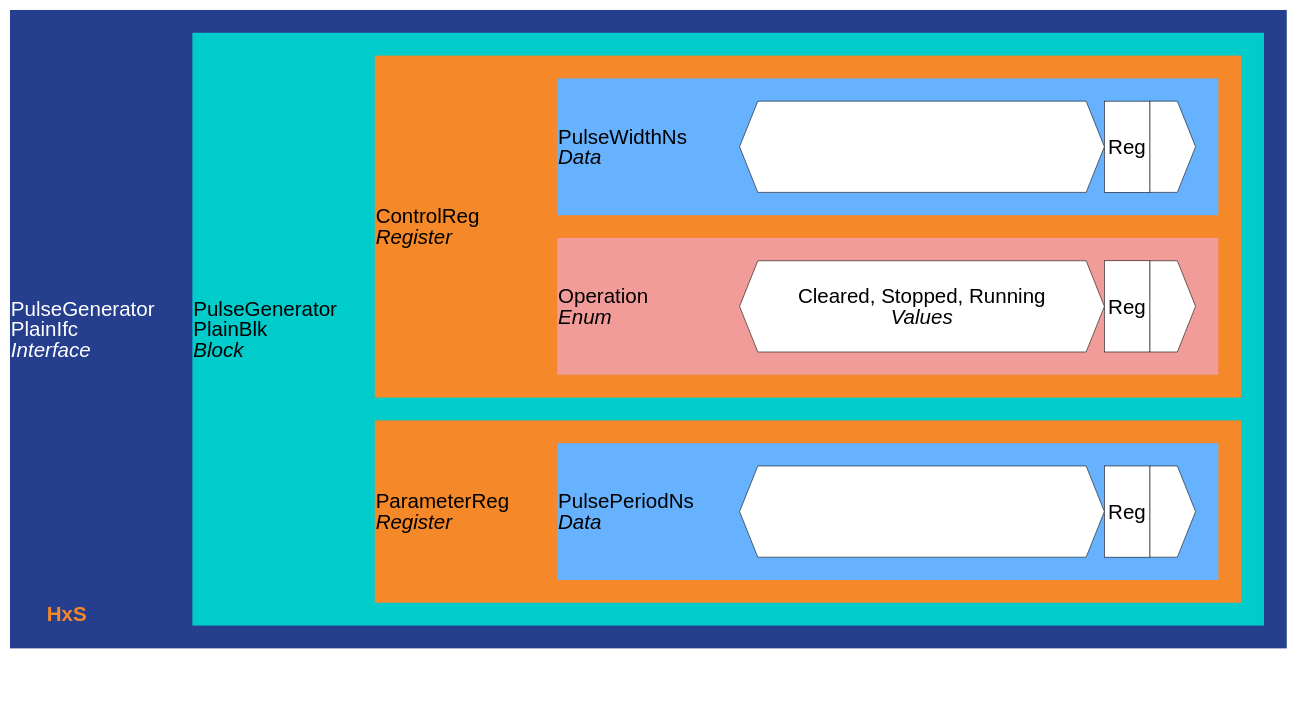
eccelerators/tutorial-hxs-bitfield-register-pulse-generator-plain keeps this draw.io diagram as page "Complete" (1 of 3) of src-gen/rst/eccelerators.tutorial.PulseGeneratorPlainIfc.drawio. Above is the earlier version. Source tidied: cells renumbered, new cells numbered last; positions are measured from the earlier drawing's top-left corner, leaving out a move shared by most shapes. Both pictures are drawn from the tidied source at 57%, with x=0, y=0 at pixel (10, 10).
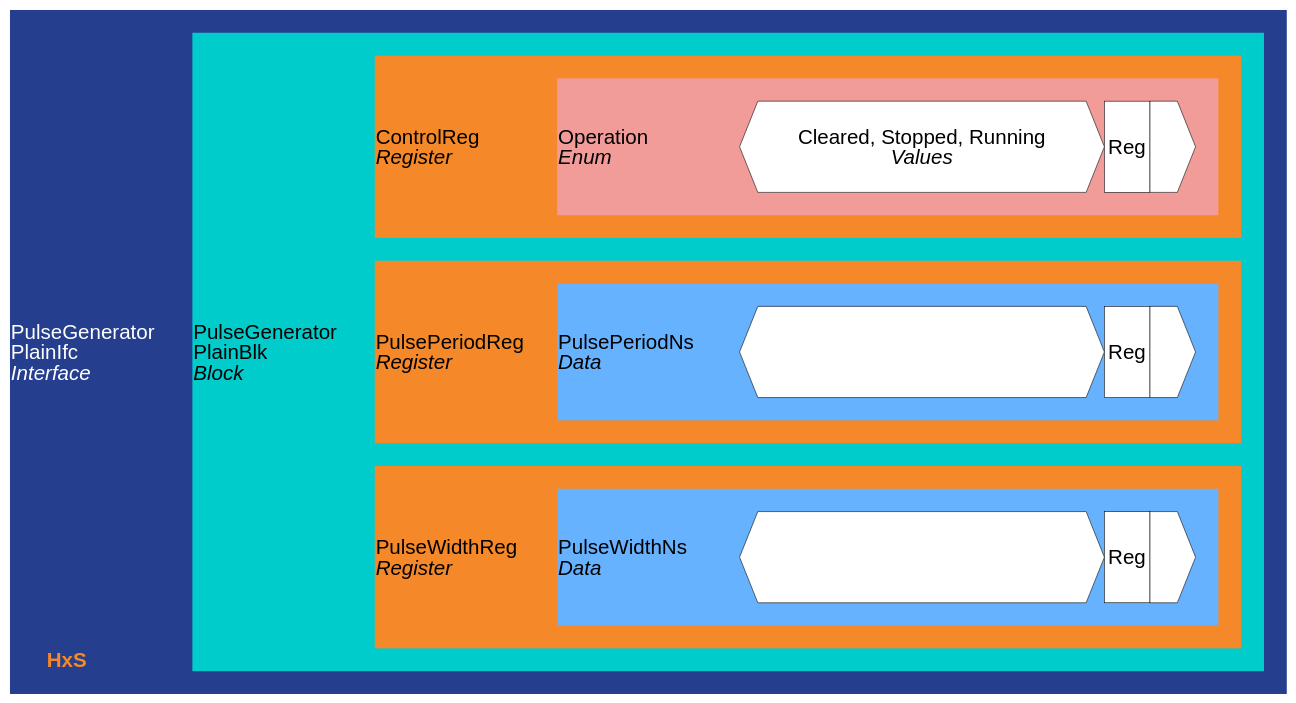
The same page after the edit.

The edit, as a diff of the source:
```diff
@@
-    <mxCell id="2" parent="0" />
+    <mxCell id="20" parent="0" />
-    <mxCell id="3" value="&lt;p style=&quot;line-height: 100%;&quot;&gt;PulseGenerator&lt;br&gt;PlainIfc&lt;br&gt;&lt;i&gt;Interface&lt;/i&gt;&lt;/p&gt;" style="rounded=0;whiteSpace=wrap;html=1;fillColor=#253F8E;fontSize=36.000000;fontColor=#FFFFFF;align=left;strokeColor=none;" parent="2" vertex="1">
-      <mxGeometry width="2240" height="1120" as="geometry" />
+    <mxCell id="3" value="&lt;p style=&quot;line-height: 100%;&quot;&gt;PulseGenerator&lt;br&gt;PlainIfc&lt;br&gt;&lt;i&gt;Interface&lt;/i&gt;&lt;/p&gt;" style="rounded=0;whiteSpace=wrap;html=1;fillColor=#253F8E;fontSize=36.000000;fontColor=#FFFFFF;align=left;strokeColor=none;" parent="20" vertex="1">
+      <mxGeometry width="2240" height="1200" as="geometry" />
     </mxCell>
-    <mxCell id="4" value="&lt;p style=&quot;line-height: 100%;&quot;&gt;PulseGenerator&lt;br&gt;PlainBlk&lt;br&gt;&lt;i&gt;Block&lt;/i&gt;&lt;/p&gt;" style="rounded=0;whiteSpace=wrap;html=1;fillColor=#00CCCC;fontSize=36.000000;fontColor=#000000;align=left;strokeColor=none;" parent="2" vertex="1">
-      <mxGeometry x="320" y="40" width="1880" height="1040" as="geometry" />
+    <mxCell id="4" value="&lt;p style=&quot;line-height: 100%;&quot;&gt;PulseGenerator&lt;br&gt;PlainBlk&lt;br&gt;&lt;i&gt;Block&lt;/i&gt;&lt;/p&gt;" style="rounded=0;whiteSpace=wrap;html=1;fillColor=#00CCCC;fontSize=36.000000;fontColor=#000000;align=left;strokeColor=none;" parent="20" vertex="1">
+      <mxGeometry x="320" y="40" width="1880" height="1120" as="geometry" />
     </mxCell>
-    <mxCell id="5" value="&lt;p style=&quot;line-height: 100%;&quot;&gt;ControlReg&lt;br&gt;&lt;i&gt;Register&lt;/i&gt;&lt;/p&gt;" style="rounded=0;whiteSpace=wrap;html=1;fillColor=#F58828;fontSize=36.000000;fontColor=#000000;align=left;strokeColor=none;" parent="2" vertex="1">
-      <mxGeometry x="640" y="80" width="1520" height="600" as="geometry" />
+    <mxCell id="5" value="&lt;p style=&quot;line-height: 100%;&quot;&gt;ControlReg&lt;br&gt;&lt;i&gt;Register&lt;/i&gt;&lt;/p&gt;" style="rounded=0;whiteSpace=wrap;html=1;fillColor=#F58828;fontSize=36.000000;fontColor=#000000;align=left;strokeColor=none;" parent="20" vertex="1">
+      <mxGeometry x="640" y="80" width="1520" height="320" as="geometry" />
     </mxCell>
-    <mxCell id="6" value="&lt;p style=&quot;line-height: 100%;&quot;&gt;PulseWidthNs&lt;br&gt;&lt;i&gt;Data&lt;/i&gt;&lt;/p&gt;" style="rounded=0;whiteSpace=wrap;html=1;fillColor=#66B2FF;fontSize=36.000000;fontColor=#000000;align=left;strokeColor=none;" parent="2" vertex="1">
-      <mxGeometry x="960" y="120" width="1160" height="240" as="geometry" />
-    </mxCell>
-    <mxCell id="7" value="&lt;p style=&quot;line-height: 100%;&quot;&gt;&lt;/p&gt;" style="fillColor=#FFFFFF;arrowSize=0.050000;shape=doubleArrow;rounded=0;whiteSpace=wrap;html=1;fontSize=36.000000;arrowWidth=1;" parent="2" vertex="1">
-      <mxGeometry x="1280" y="160" width="640" height="160" as="geometry" />
-    </mxCell>
+    <mxCell id="10" value="&lt;p style=&quot;line-height: 100%;&quot;&gt;Operation&lt;br&gt;&lt;i&gt;Enum&lt;/i&gt;&lt;/p&gt;" style="rounded=0;whiteSpace=wrap;html=1;fillColor=#F19C99;fontSize=36.000000;fontColor=#000000;align=left;strokeColor=none;" parent="20" vertex="1">
+      <mxGeometry x="960" y="120" width="1160" height="240" as="geometry" />
+    </mxCell>
+    <mxCell id="11" value="&lt;p style=&quot;line-height: 100%;&quot;&gt;Cleared, Stopped, Running&lt;br&gt;&lt;i&gt;Values&lt;/i&gt;&lt;/p&gt;" style="fillColor=#FFFFFF;arrowSize=0.050000;shape=doubleArrow;rounded=0;whiteSpace=wrap;html=1;fontSize=36.000000;arrowWidth=1;" parent="20" vertex="1">
+      <mxGeometry x="1280" y="160" width="640" height="160" as="geometry" />
+    </mxCell>
-    <mxCell id="8" value="&lt;p style=&quot;line-height: 100%;&quot;&gt;Reg&lt;/p&gt;" style="fillColor=#FFFFFF;rounded=0;whiteSpace=wrap;html=1;fontSize=36.000000;arrowWidth=1;" parent="2" vertex="1">
+    <mxCell id="8" value="&lt;p style=&quot;line-height: 100%;&quot;&gt;Reg&lt;/p&gt;" style="fillColor=#FFFFFF;rounded=0;whiteSpace=wrap;html=1;fontSize=36.000000;arrowWidth=1;" parent="20" vertex="1">
       <mxGeometry x="1920" y="160" width="80" height="160" as="geometry" />
     </mxCell>
-    <mxCell id="9" style="fillColor=#FFFFFF;arrowSize=0.400000;shape=singleArrow;rounded=0;whiteSpace=wrap;html=1;fontSize=36.000000;arrowWidth=1;" parent="2" vertex="1">
+    <mxCell id="9" style="fillColor=#FFFFFF;arrowSize=0.400000;shape=singleArrow;rounded=0;whiteSpace=wrap;html=1;fontSize=36.000000;arrowWidth=1;" parent="20" vertex="1">
       <mxGeometry x="2000" y="160" width="80" height="160" as="geometry" />
     </mxCell>
-    <mxCell id="10" value="&lt;p style=&quot;line-height: 100%;&quot;&gt;Operation&lt;br&gt;&lt;i&gt;Enum&lt;/i&gt;&lt;/p&gt;" style="rounded=0;whiteSpace=wrap;html=1;fillColor=#F19C99;fontSize=36.000000;fontColor=#000000;align=left;strokeColor=none;" parent="2" vertex="1">
-      <mxGeometry x="960" y="400" width="1160" height="240" as="geometry" />
-    </mxCell>
-    <mxCell id="11" value="&lt;p style=&quot;line-height: 100%;&quot;&gt;Cleared, Stopped, Running&lt;br&gt;&lt;i&gt;Values&lt;/i&gt;&lt;/p&gt;" style="fillColor=#FFFFFF;arrowSize=0.050000;shape=doubleArrow;rounded=0;whiteSpace=wrap;html=1;fontSize=36.000000;arrowWidth=1;" parent="2" vertex="1">
-      <mxGeometry x="1280" y="440" width="640" height="160" as="geometry" />
-    </mxCell>
-    <mxCell id="12" value="&lt;p style=&quot;line-height: 100%;&quot;&gt;Reg&lt;/p&gt;" style="fillColor=#FFFFFF;rounded=0;whiteSpace=wrap;html=1;fontSize=36.000000;arrowWidth=1;" parent="2" vertex="1">
-      <mxGeometry x="1920" y="440" width="80" height="160" as="geometry" />
-    </mxCell>
-    <mxCell id="13" style="fillColor=#FFFFFF;arrowSize=0.400000;shape=singleArrow;rounded=0;whiteSpace=wrap;html=1;fontSize=36.000000;arrowWidth=1;" parent="2" vertex="1">
-      <mxGeometry x="2000" y="440" width="80" height="160" as="geometry" />
-    </mxCell>
-    <mxCell id="14" value="&lt;p style=&quot;line-height: 100%;&quot;&gt;ParameterReg&lt;br&gt;&lt;i&gt;Register&lt;/i&gt;&lt;/p&gt;" style="rounded=0;whiteSpace=wrap;html=1;fillColor=#F58828;fontSize=36.000000;fontColor=#000000;align=left;strokeColor=none;" parent="2" vertex="1">
-      <mxGeometry x="640" y="720" width="1520" height="320" as="geometry" />
-    </mxCell>
+    <mxCell id="21" value="&lt;p style=&quot;line-height: 100%;&quot;&gt;PulsePeriodReg&lt;br&gt;&lt;i&gt;Register&lt;/i&gt;&lt;/p&gt;" style="rounded=0;whiteSpace=wrap;html=1;fillColor=#F58828;fontSize=36.000000;fontColor=#000000;align=left;strokeColor=none;" parent="20" vertex="1">
+      <mxGeometry x="640" y="440" width="1520" height="320" as="geometry" />
+    </mxCell>
-    <mxCell id="15" value="&lt;p style=&quot;line-height: 100%;&quot;&gt;PulsePeriodNs&lt;br&gt;&lt;i&gt;Data&lt;/i&gt;&lt;/p&gt;" style="rounded=0;whiteSpace=wrap;html=1;fillColor=#66B2FF;fontSize=36.000000;fontColor=#000000;align=left;strokeColor=none;" parent="2" vertex="1">
-      <mxGeometry x="960" y="760" width="1160" height="240" as="geometry" />
+    <mxCell id="15" value="&lt;p style=&quot;line-height: 100%;&quot;&gt;PulsePeriodNs&lt;br&gt;&lt;i&gt;Data&lt;/i&gt;&lt;/p&gt;" style="rounded=0;whiteSpace=wrap;html=1;fillColor=#66B2FF;fontSize=36.000000;fontColor=#000000;align=left;strokeColor=none;" parent="20" vertex="1">
+      <mxGeometry x="960" y="480" width="1160" height="240" as="geometry" />
     </mxCell>
-    <mxCell id="16" value="&lt;p style=&quot;line-height: 100%;&quot;&gt;&lt;/p&gt;" style="fillColor=#FFFFFF;arrowSize=0.050000;shape=doubleArrow;rounded=0;whiteSpace=wrap;html=1;fontSize=36.000000;arrowWidth=1;" parent="2" vertex="1">
-      <mxGeometry x="1280" y="800" width="640" height="160" as="geometry" />
-    </mxCell>
-    <mxCell id="17" value="&lt;p style=&quot;line-height: 100%;&quot;&gt;Reg&lt;/p&gt;" style="fillColor=#FFFFFF;rounded=0;whiteSpace=wrap;html=1;fontSize=36.000000;arrowWidth=1;" parent="2" vertex="1">
-      <mxGeometry x="1920" y="800" width="80" height="160" as="geometry" />
-    </mxCell>
-    <mxCell id="18" style="fillColor=#FFFFFF;arrowSize=0.400000;shape=singleArrow;rounded=0;whiteSpace=wrap;html=1;fontSize=36.000000;arrowWidth=1;" parent="2" vertex="1">
-      <mxGeometry x="2000" y="800" width="80" height="160" as="geometry" />
-    </mxCell>
+    <mxCell id="22" value="&lt;p style=&quot;line-height: 100%;&quot;&gt;&lt;/p&gt;" style="fillColor=#FFFFFF;arrowSize=0.050000;shape=doubleArrow;rounded=0;whiteSpace=wrap;html=1;fontSize=36.000000;arrowWidth=1;" parent="20" vertex="1">
+      <mxGeometry x="1280" y="520" width="640" height="160" as="geometry" />
+    </mxCell>
+    <mxCell id="23" value="&lt;p style=&quot;line-height: 100%;&quot;&gt;Reg&lt;/p&gt;" style="fillColor=#FFFFFF;rounded=0;whiteSpace=wrap;html=1;fontSize=36.000000;arrowWidth=1;" parent="20" vertex="1">
+      <mxGeometry x="1920" y="520" width="80" height="160" as="geometry" />
+    </mxCell>
+    <mxCell id="24" style="fillColor=#FFFFFF;arrowSize=0.400000;shape=singleArrow;rounded=0;whiteSpace=wrap;html=1;fontSize=36.000000;arrowWidth=1;" parent="20" vertex="1">
+      <mxGeometry x="2000" y="520" width="80" height="160" as="geometry" />
+    </mxCell>
+    <mxCell id="25" value="&lt;p style=&quot;line-height: 100%;&quot;&gt;PulseWidthReg&lt;br&gt;&lt;i&gt;Register&lt;/i&gt;&lt;/p&gt;" style="rounded=0;whiteSpace=wrap;html=1;fillColor=#F58828;fontSize=36.000000;fontColor=#000000;align=left;strokeColor=none;" parent="20" vertex="1">
+      <mxGeometry x="640" y="800" width="1520" height="320" as="geometry" />
+    </mxCell>
+    <mxCell id="6" value="&lt;p style=&quot;line-height: 100%;&quot;&gt;PulseWidthNs&lt;br&gt;&lt;i&gt;Data&lt;/i&gt;&lt;/p&gt;" style="rounded=0;whiteSpace=wrap;html=1;fillColor=#66B2FF;fontSize=36.000000;fontColor=#000000;align=left;strokeColor=none;" parent="20" vertex="1">
+      <mxGeometry x="960" y="840" width="1160" height="240" as="geometry" />
+    </mxCell>
+    <mxCell id="26" value="&lt;p style=&quot;line-height: 100%;&quot;&gt;&lt;/p&gt;" style="fillColor=#FFFFFF;arrowSize=0.050000;shape=doubleArrow;rounded=0;whiteSpace=wrap;html=1;fontSize=36.000000;arrowWidth=1;" parent="20" vertex="1">
+      <mxGeometry x="1280" y="880" width="640" height="160" as="geometry" />
+    </mxCell>
+    <mxCell id="27" value="&lt;p style=&quot;line-height: 100%;&quot;&gt;Reg&lt;/p&gt;" style="fillColor=#FFFFFF;rounded=0;whiteSpace=wrap;html=1;fontSize=36.000000;arrowWidth=1;" parent="20" vertex="1">
+      <mxGeometry x="1920" y="880" width="80" height="160" as="geometry" />
+    </mxCell>
+    <mxCell id="28" style="fillColor=#FFFFFF;arrowSize=0.400000;shape=singleArrow;rounded=0;whiteSpace=wrap;html=1;fontSize=36.000000;arrowWidth=1;" parent="20" vertex="1">
+      <mxGeometry x="2000" y="880" width="80" height="160" as="geometry" />
+    </mxCell>
-    <mxCell id="19" value="&lt;p style=&quot;line-height: 100%;&quot;&gt;HxS&lt;/p&gt;" style="fillColor=none;verticalAlign=middle;labelBorderColor=none;fontSize=36.000000;align=center;fontStyle=1;strokeColor=none;fontColor=#F58828;rounded=0;whiteSpace=wrap;html=1;" parent="2" vertex="1">
-      <mxGeometry y="1000" width="200" height="120" as="geometry" />
+    <mxCell id="19" value="&lt;p style=&quot;line-height: 100%;&quot;&gt;HxS&lt;/p&gt;" style="fillColor=none;verticalAlign=middle;labelBorderColor=none;fontSize=36.000000;align=center;fontStyle=1;strokeColor=none;fontColor=#F58828;rounded=0;whiteSpace=wrap;html=1;" parent="20" vertex="1">
+      <mxGeometry y="1080" width="200" height="120" as="geometry" />
     </mxCell>
```
